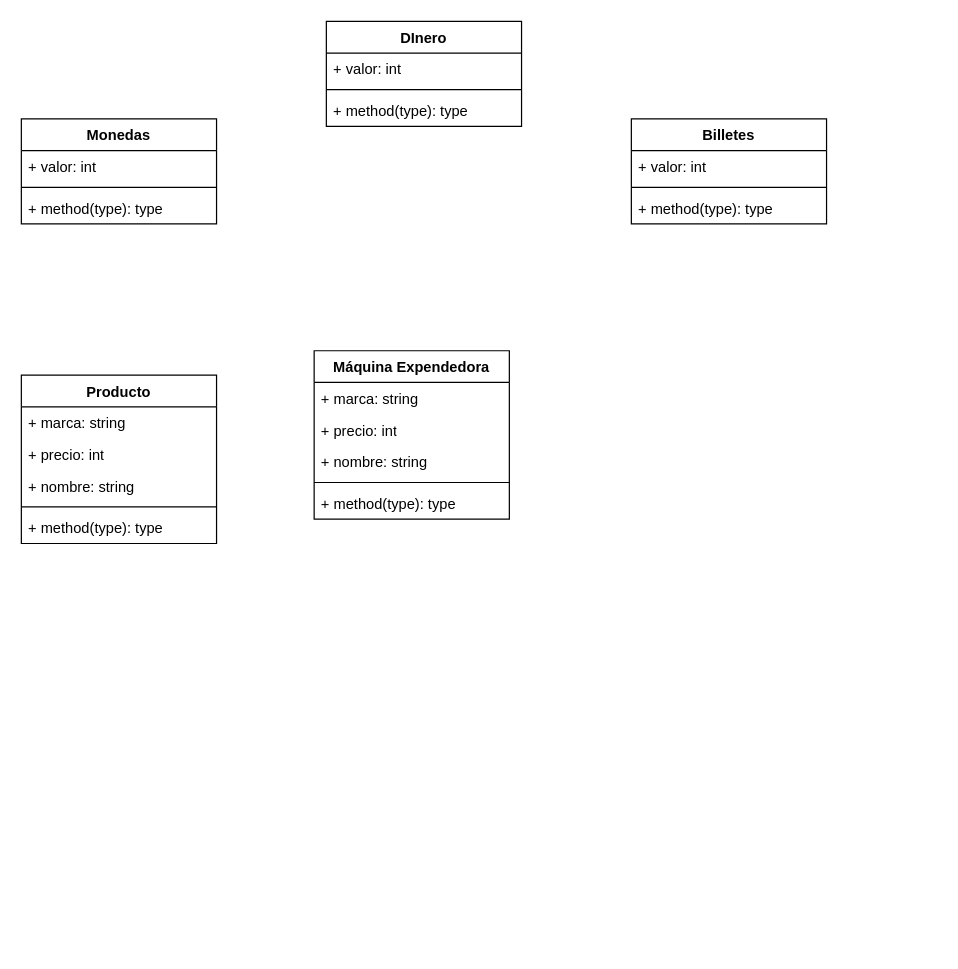
Earlier version of the draw.io diagram img/Diagrama sin título.drawio (Cheshire03/ProgOO). Source tidied: cells renumbered, new cells numbered last; positions are measured from the earlier drawing's top-left corner, leaving out a move shared by most shapes. Both pictures are drawn from the tidied source at 122%, with x=0, y=0 at pixel (21, 21).
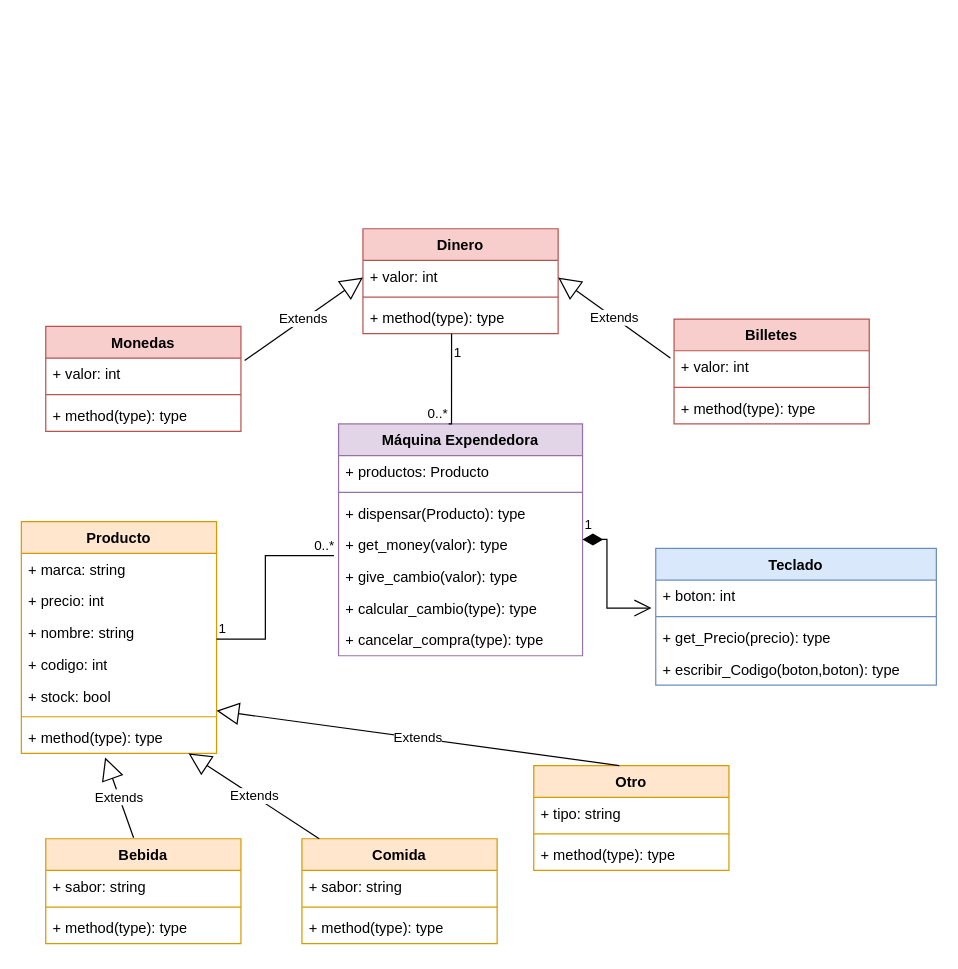
The same diagram, later.

The change refers to these unchanged cells:
```xml
<mxCell id="17" value="+ method(type): type" style="text;strokeColor=none;fillColor=none;align=left;verticalAlign=top;spacingLeft=4;spacingRight=4;overflow=hidden;points=[[0,0.5],[1,0.5]];portConstraint=eastwest;whiteSpace=wrap;html=1;" parent="14" vertex="1">
  <mxGeometry y="60" width="160" height="26" as="geometry" />
</mxCell>
<mxCell id="19" value="+ valor: int" style="text;strokeColor=none;fillColor=none;align=left;verticalAlign=top;spacingLeft=4;spacingRight=4;overflow=hidden;points=[[0,0.5],[1,0.5]];portConstraint=eastwest;whiteSpace=wrap;html=1;" parent="18" vertex="1">
  <mxGeometry y="26" width="160" height="26" as="geometry" />
</mxCell>
<mxCell id="23" value="+ valor: int" style="text;strokeColor=none;fillColor=none;align=left;verticalAlign=top;spacingLeft=4;spacingRight=4;overflow=hidden;points=[[0,0.5],[1,0.5]];portConstraint=eastwest;whiteSpace=wrap;html=1;" parent="22" vertex="1">
  <mxGeometry y="26" width="160" height="26" as="geometry" />
</mxCell>
```

What changed in the source:
```diff
@@
-    <mxCell id="2" value="Producto" style="swimlane;fontStyle=1;align=center;verticalAlign=top;horizontal=1;startSize=26;whiteSpace=wrap;html=1;" parent="1" vertex="1">
-      <mxGeometry y="290" width="160" height="138" as="geometry" />
+    <mxCell id="2" value="Producto" style="swimlane;fontStyle=1;align=center;verticalAlign=top;horizontal=1;startSize=26;whiteSpace=wrap;html=1;fillColor=#ffe6cc;strokeColor=#d79b00;" parent="1" vertex="1">
+      <mxGeometry y="410" width="160" height="190" as="geometry" />
     </mxCell>
@@
+    <mxCell id="26" value="+ codigo: int" style="text;strokeColor=none;fillColor=none;align=left;verticalAlign=top;spacingLeft=4;spacingRight=4;overflow=hidden;whiteSpace=wrap;html=1;" parent="2" vertex="1">
+      <mxGeometry y="104" width="160" height="26" as="geometry" />
+    </mxCell>
+    <mxCell id="27" value="+ stock: bool" style="text;strokeColor=none;fillColor=none;align=left;verticalAlign=top;spacingLeft=4;spacingRight=4;overflow=hidden;whiteSpace=wrap;html=1;" parent="2" vertex="1">
+      <mxGeometry y="130" width="160" height="26" as="geometry" />
+    </mxCell>
     <mxCell id="6" style="line;strokeWidth=1;fillColor=none;align=left;verticalAlign=middle;spacingTop=-1;spacingLeft=3;spacingRight=3;labelPosition=right;strokeColor=inherit;" parent="2" vertex="1">
-      <mxGeometry y="104" width="160" height="8" as="geometry" />
+      <mxGeometry y="156" width="160" height="8" as="geometry" />
     </mxCell>
     <mxCell id="7" value="+ method(type): type" style="text;strokeColor=none;fillColor=none;align=left;verticalAlign=top;spacingLeft=4;spacingRight=4;overflow=hidden;points=[[0,0.5],[1,0.5]];portConstraint=eastwest;whiteSpace=wrap;html=1;" parent="2" vertex="1">
-      <mxGeometry y="112" width="160" height="26" as="geometry" />
+      <mxGeometry y="164" width="160" height="26" as="geometry" />
     </mxCell>
-    <mxCell id="8" value="Máquina Expendedora" style="swimlane;fontStyle=1;align=center;verticalAlign=top;horizontal=1;startSize=26;whiteSpace=wrap;html=1;" parent="1" vertex="1">
-      <mxGeometry x="240" y="270" width="160" height="138" as="geometry" />
+    <mxCell id="8" value="Máquina Expendedora" style="swimlane;fontStyle=1;align=center;verticalAlign=top;horizontal=1;startSize=26;whiteSpace=wrap;html=1;fillColor=#e1d5e7;strokeColor=#9673a6;" parent="1" vertex="1">
+      <mxGeometry x="260" y="330" width="200" height="190" as="geometry" />
     </mxCell>
-    <mxCell id="9" value="+ marca: string&lt;br&gt;" style="text;strokeColor=none;fillColor=none;align=left;verticalAlign=top;spacingLeft=4;spacingRight=4;overflow=hidden;whiteSpace=wrap;html=1;" parent="8" vertex="1">
-      <mxGeometry y="26" width="160" height="26" as="geometry" />
-    </mxCell>
-    <mxCell id="10" value="+ precio: int" style="text;strokeColor=none;fillColor=none;align=left;verticalAlign=top;spacingLeft=4;spacingRight=4;overflow=hidden;whiteSpace=wrap;html=1;" parent="8" vertex="1">
-      <mxGeometry y="52" width="160" height="26" as="geometry" />
+    <mxCell id="10" value="+ productos: Producto" style="text;strokeColor=none;fillColor=none;align=left;verticalAlign=top;spacingLeft=4;spacingRight=4;overflow=hidden;whiteSpace=wrap;html=1;" parent="8" vertex="1">
+      <mxGeometry y="26" width="200" height="26" as="geometry" />
     </mxCell>
-    <mxCell id="11" value="+ nombre: string" style="text;strokeColor=none;fillColor=none;align=left;verticalAlign=top;spacingLeft=4;spacingRight=4;overflow=hidden;whiteSpace=wrap;html=1;" parent="8" vertex="1">
-      <mxGeometry y="78" width="160" height="26" as="geometry" />
-    </mxCell>
     <mxCell id="12" style="line;strokeWidth=1;fillColor=none;align=left;verticalAlign=middle;spacingTop=-1;spacingLeft=3;spacingRight=3;labelPosition=right;strokeColor=inherit;" parent="8" vertex="1">
-      <mxGeometry y="104" width="160" height="8" as="geometry" />
+      <mxGeometry y="52" width="200" height="8" as="geometry" />
     </mxCell>
-    <mxCell id="13" value="+ method(type): type" style="text;strokeColor=none;fillColor=none;align=left;verticalAlign=top;spacingLeft=4;spacingRight=4;overflow=hidden;whiteSpace=wrap;html=1;" parent="8" vertex="1">
-      <mxGeometry y="112" width="160" height="26" as="geometry" />
+    <mxCell id="13" value="+ dispensar(Producto): type" style="text;strokeColor=none;fillColor=none;align=left;verticalAlign=top;spacingLeft=4;spacingRight=4;overflow=hidden;whiteSpace=wrap;html=1;" parent="8" vertex="1">
+      <mxGeometry y="60" width="200" height="26" as="geometry" />
     </mxCell>
+    <mxCell id="28" value="+ get_money(valor): type" style="text;strokeColor=none;fillColor=none;align=left;verticalAlign=top;spacingLeft=4;spacingRight=4;overflow=hidden;whiteSpace=wrap;html=1;" parent="8" vertex="1">
+      <mxGeometry y="86" width="200" height="26" as="geometry" />
+    </mxCell>
+    <mxCell id="29" value="+ give_cambio(valor): type" style="text;strokeColor=none;fillColor=none;align=left;verticalAlign=top;spacingLeft=4;spacingRight=4;overflow=hidden;points=[[0,0.5],[1,0.5]];portConstraint=eastwest;whiteSpace=wrap;html=1;" parent="8" vertex="1">
+      <mxGeometry y="112" width="200" height="26" as="geometry" />
+    </mxCell>
+    <mxCell id="30" value="+ calcular_cambio(type): type" style="text;strokeColor=none;fillColor=none;align=left;verticalAlign=top;spacingLeft=4;spacingRight=4;overflow=hidden;whiteSpace=wrap;html=1;" parent="8" vertex="1">
+      <mxGeometry y="138" width="200" height="26" as="geometry" />
+    </mxCell>
+    <mxCell id="31" style="endArrow=none;html=1;edgeStyle=orthogonalEdgeStyle;rounded=0;entryX=-0.019;entryY=-0.154;entryDx=0;entryDy=0;entryPerimeter=0;" parent="8" edge="1" target="29">
+      <mxGeometry relative="1" as="geometry">
+        <mxPoint x="-100" y="176.4" as="sourcePoint" />
+        <Array as="points">
+          <mxPoint x="-60" y="176" />
+          <mxPoint x="-60" y="108" />
+        </Array>
+      </mxGeometry>
+    </mxCell>
+    <mxCell id="32" value="1" style="edgeLabel;html=1;align=left;verticalAlign=bottom;" parent="31" vertex="1">
+      <mxGeometry x="-1" relative="1" as="geometry" />
+    </mxCell>
+    <mxCell id="33" value="0..*" style="edgeLabel;html=1;align=right;verticalAlign=bottom;" parent="31" vertex="1">
+      <mxGeometry x="1" relative="1" as="geometry" />
+    </mxCell>
+    <mxCell id="34" value="+ cancelar_compra(type): type" style="text;strokeColor=none;fillColor=none;align=left;verticalAlign=top;spacingLeft=4;spacingRight=4;overflow=hidden;whiteSpace=wrap;html=1;" parent="8" vertex="1">
+      <mxGeometry y="164" width="200" height="26" as="geometry" />
+    </mxCell>
-    <mxCell id="14" value="DInero" style="swimlane;fontStyle=1;align=center;verticalAlign=top;horizontal=1;startSize=26;whiteSpace=wrap;html=1;" parent="1" vertex="1">
-      <mxGeometry x="250" width="160" height="86" as="geometry" />
+    <mxCell id="14" value="Dinero" style="swimlane;fontStyle=1;align=center;verticalAlign=top;horizontal=1;startSize=26;whiteSpace=wrap;html=1;fillColor=#f8cecc;strokeColor=#b85450;" parent="1" vertex="1">
+      <mxGeometry x="280" y="170" width="160" height="86" as="geometry" />
     </mxCell>
@@
-    <mxCell id="18" value="Monedas" style="swimlane;fontStyle=1;align=center;verticalAlign=top;horizontal=1;startSize=26;whiteSpace=wrap;html=1;" parent="1" vertex="1">
-      <mxGeometry y="80" width="160" height="86" as="geometry" />
+    <mxCell id="18" value="Monedas" style="swimlane;fontStyle=1;align=center;verticalAlign=top;horizontal=1;startSize=26;whiteSpace=wrap;html=1;fillColor=#f8cecc;strokeColor=#b85450;" parent="1" vertex="1">
+      <mxGeometry x="20" y="250" width="160" height="86" as="geometry" />
     </mxCell>
@@
-    <mxCell id="22" value="Billetes" style="swimlane;fontStyle=1;align=center;verticalAlign=top;horizontal=1;startSize=26;whiteSpace=wrap;html=1;" parent="1" vertex="1">
-      <mxGeometry x="500" y="80" width="160" height="86" as="geometry" />
+    <mxCell id="22" value="Billetes" style="swimlane;fontStyle=1;align=center;verticalAlign=top;horizontal=1;startSize=26;whiteSpace=wrap;html=1;fillColor=#f8cecc;strokeColor=#b85450;" parent="1" vertex="1">
+      <mxGeometry x="535" y="244" width="160" height="86" as="geometry" />
     </mxCell>
@@
+    <mxCell id="35" value="Teclado" style="swimlane;fontStyle=1;align=center;verticalAlign=top;horizontal=1;startSize=26;whiteSpace=wrap;html=1;fillColor=#dae8fc;strokeColor=#6c8ebf;" parent="1" vertex="1">
+      <mxGeometry x="520" y="432" width="230" height="112" as="geometry" />
+    </mxCell>
+    <mxCell id="36" value="+ boton: int" style="text;strokeColor=none;fillColor=none;align=left;verticalAlign=top;spacingLeft=4;spacingRight=4;overflow=hidden;points=[[0,0.5],[1,0.5]];portConstraint=eastwest;whiteSpace=wrap;html=1;" parent="35" vertex="1">
+      <mxGeometry y="26" width="230" height="26" as="geometry" />
+    </mxCell>
+    <mxCell id="37" style="line;strokeWidth=1;fillColor=none;align=left;verticalAlign=middle;spacingTop=-1;spacingLeft=3;spacingRight=3;labelPosition=right;strokeColor=inherit;" parent="35" vertex="1">
+      <mxGeometry y="52" width="230" height="8" as="geometry" />
+    </mxCell>
+    <mxCell id="38" value="+ get_Precio(precio): type" style="text;strokeColor=none;fillColor=none;align=left;verticalAlign=top;spacingLeft=4;spacingRight=4;overflow=hidden;whiteSpace=wrap;html=1;" parent="35" vertex="1">
+      <mxGeometry y="60" width="230" height="26" as="geometry" />
+    </mxCell>
+    <mxCell id="39" value="+ escribir_Codigo(boton,boton): type" style="text;strokeColor=none;fillColor=none;align=left;verticalAlign=top;spacingLeft=4;spacingRight=4;overflow=hidden;whiteSpace=wrap;html=1;" parent="35" vertex="1">
+      <mxGeometry y="86" width="230" height="26" as="geometry" />
+    </mxCell>
+    <mxCell id="40" value="Bebida" style="swimlane;fontStyle=1;align=center;verticalAlign=top;horizontal=1;startSize=26;whiteSpace=wrap;html=1;fillColor=#ffe6cc;strokeColor=#d79b00;" parent="1" vertex="1">
+      <mxGeometry x="20" y="670" width="160" height="86" as="geometry" />
+    </mxCell>
+    <mxCell id="41" value="+ sabor: string" style="text;strokeColor=none;fillColor=none;align=left;verticalAlign=top;spacingLeft=4;spacingRight=4;overflow=hidden;whiteSpace=wrap;html=1;" parent="40" vertex="1">
+      <mxGeometry y="26" width="160" height="26" as="geometry" />
+    </mxCell>
+    <mxCell id="42" style="line;strokeWidth=1;fillColor=none;align=left;verticalAlign=middle;spacingTop=-1;spacingLeft=3;spacingRight=3;labelPosition=right;strokeColor=inherit;" parent="40" vertex="1">
+      <mxGeometry y="52" width="160" height="8" as="geometry" />
+    </mxCell>
+    <mxCell id="43" value="+ method(type): type" style="text;strokeColor=none;fillColor=none;align=left;verticalAlign=top;spacingLeft=4;spacingRight=4;overflow=hidden;whiteSpace=wrap;html=1;" parent="40" vertex="1">
+      <mxGeometry y="60" width="160" height="26" as="geometry" />
+    </mxCell>
+    <mxCell id="44" value="Comida" style="swimlane;fontStyle=1;align=center;verticalAlign=top;horizontal=1;startSize=26;whiteSpace=wrap;html=1;fillColor=#ffe6cc;strokeColor=#d79b00;" parent="1" vertex="1">
+      <mxGeometry x="230" y="670" width="160" height="86" as="geometry" />
+    </mxCell>
+    <mxCell id="45" value="+ sabor: string" style="text;strokeColor=none;fillColor=none;align=left;verticalAlign=top;spacingLeft=4;spacingRight=4;overflow=hidden;whiteSpace=wrap;html=1;" parent="44" vertex="1">
+      <mxGeometry y="26" width="160" height="26" as="geometry" />
+    </mxCell>
+    <mxCell id="46" style="line;strokeWidth=1;fillColor=none;align=left;verticalAlign=middle;spacingTop=-1;spacingLeft=3;spacingRight=3;labelPosition=right;strokeColor=inherit;" parent="44" vertex="1">
+      <mxGeometry y="52" width="160" height="8" as="geometry" />
+    </mxCell>
+    <mxCell id="47" value="+ method(type): type" style="text;strokeColor=none;fillColor=none;align=left;verticalAlign=top;spacingLeft=4;spacingRight=4;overflow=hidden;whiteSpace=wrap;html=1;" parent="44" vertex="1">
+      <mxGeometry y="60" width="160" height="26" as="geometry" />
+    </mxCell>
+    <mxCell id="48" value="Otro" style="swimlane;fontStyle=1;align=center;verticalAlign=top;horizontal=1;startSize=26;whiteSpace=wrap;html=1;fillColor=#ffe6cc;strokeColor=#d79b00;" parent="1" vertex="1">
+      <mxGeometry x="420" y="610" width="160" height="86" as="geometry" />
+    </mxCell>
+    <mxCell id="49" value="+ tipo: string" style="text;strokeColor=none;fillColor=none;align=left;verticalAlign=top;spacingLeft=4;spacingRight=4;overflow=hidden;whiteSpace=wrap;html=1;" parent="48" vertex="1">
+      <mxGeometry y="26" width="160" height="26" as="geometry" />
+    </mxCell>
+    <mxCell id="50" style="line;strokeWidth=1;fillColor=none;align=left;verticalAlign=middle;spacingTop=-1;spacingLeft=3;spacingRight=3;labelPosition=right;strokeColor=inherit;" parent="48" vertex="1">
+      <mxGeometry y="52" width="160" height="8" as="geometry" />
+    </mxCell>
+    <mxCell id="51" value="+ method(type): type" style="text;strokeColor=none;fillColor=none;align=left;verticalAlign=top;spacingLeft=4;spacingRight=4;overflow=hidden;whiteSpace=wrap;html=1;" parent="48" vertex="1">
+      <mxGeometry y="60" width="160" height="26" as="geometry" />
+    </mxCell>
+    <mxCell id="52" value="1" style="endArrow=open;html=1;endSize=12;startArrow=diamondThin;startSize=14;startFill=1;edgeStyle=orthogonalEdgeStyle;align=left;verticalAlign=bottom;rounded=0;entryX=-0.015;entryY=0.881;entryDx=0;entryDy=0;entryPerimeter=0;" parent="1" edge="1" target="36">
+      <mxGeometry x="-1" y="3" relative="1" as="geometry">
+        <mxPoint x="460" y="424.7" as="sourcePoint" />
+        <Array as="points">
+          <mxPoint x="480" y="425" />
+          <mxPoint x="480" y="481" />
+        </Array>
+      </mxGeometry>
+    </mxCell>
+    <mxCell id="53" value="Extends" style="endArrow=block;endSize=16;endFill=0;html=1;rounded=0;entryX=0.429;entryY=1.128;entryDx=0;entryDy=0;entryPerimeter=0;exitX=0.45;exitY=-0.01;exitDx=0;exitDy=0;exitPerimeter=0;" parent="1" edge="1" source="40" target="7">
+      <mxGeometry relative="1" as="geometry" />
+    </mxCell>
+    <mxCell id="54" value="Extends" style="endArrow=block;endSize=16;endFill=0;html=1;rounded=0;entryX=0.429;entryY=1.128;entryDx=0;entryDy=0;entryPerimeter=0;" parent="1" edge="1" source="44">
+      <mxGeometry relative="1" as="geometry">
+        <mxPoint x="137" y="600" as="targetPoint" />
+      </mxGeometry>
+    </mxCell>
+    <mxCell id="55" value="Extends" style="endArrow=block;endSize=16;endFill=0;html=1;rounded=0;entryX=0.429;entryY=1.128;entryDx=0;entryDy=0;entryPerimeter=0;exitX=0.438;exitY=0;exitDx=0;exitDy=0;exitPerimeter=0;" parent="1" edge="1" source="48">
+      <mxGeometry relative="1" as="geometry">
+        <mxPoint x="160" y="565" as="targetPoint" />
+      </mxGeometry>
+    </mxCell>
+    <mxCell id="56" value="Extends" style="endArrow=block;endSize=16;endFill=0;html=1;rounded=0;entryX=0.429;entryY=1.128;entryDx=0;entryDy=0;entryPerimeter=0;exitX=-0.019;exitY=0.231;exitDx=0;exitDy=0;exitPerimeter=0;" parent="1" edge="1" source="23">
+      <mxGeometry relative="1" as="geometry">
+        <mxPoint x="440" y="210" as="targetPoint" />
+      </mxGeometry>
+    </mxCell>
+    <mxCell id="57" value="Extends" style="endArrow=block;endSize=16;endFill=0;html=1;rounded=0;entryX=0.429;entryY=1.128;entryDx=0;entryDy=0;entryPerimeter=0;exitX=1.019;exitY=0.077;exitDx=0;exitDy=0;exitPerimeter=0;" parent="1" edge="1" source="19">
+      <mxGeometry relative="1" as="geometry">
+        <mxPoint x="280" y="210" as="targetPoint" />
+      </mxGeometry>
+    </mxCell>
+    <mxCell id="58" style="endArrow=none;html=1;edgeStyle=orthogonalEdgeStyle;rounded=0;entryX=0.451;entryY=0;entryDx=0;entryDy=0;entryPerimeter=0;exitX=0.454;exitY=1.006;exitDx=0;exitDy=0;exitPerimeter=0;" parent="1" edge="1" source="17" target="8">
+      <mxGeometry relative="1" as="geometry">
+        <Array as="points">
+          <mxPoint x="353" y="330" />
+        </Array>
+      </mxGeometry>
+    </mxCell>
+    <mxCell id="59" value="1" style="edgeLabel;html=1;align=left;verticalAlign=bottom;" parent="58" vertex="1">
+      <mxGeometry x="-1" relative="1" as="geometry">
+        <mxPoint y="24" as="offset" />
+      </mxGeometry>
+    </mxCell>
+    <mxCell id="60" value="0..*" style="edgeLabel;html=1;align=right;verticalAlign=bottom;" parent="58" vertex="1">
+      <mxGeometry x="1" relative="1" as="geometry" />
+    </mxCell>
```
